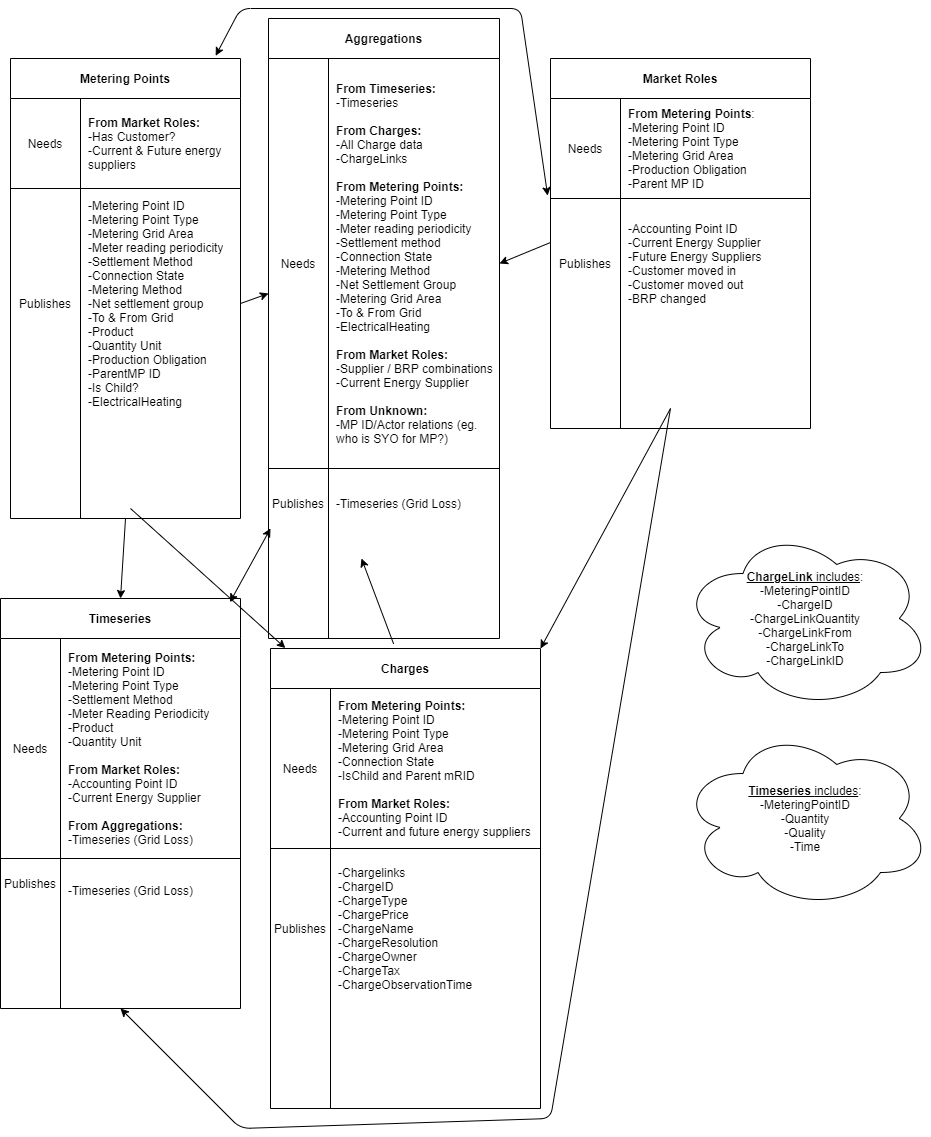
Above: images/DataflowsDH3.png in Energinet-DataHub/green-energy-hub (draw.io), before the change. Source tidied: cells renumbered, new cells last; positions are measured from the earlier drawing's top-left corner, leaving out a move shared by most shapes.
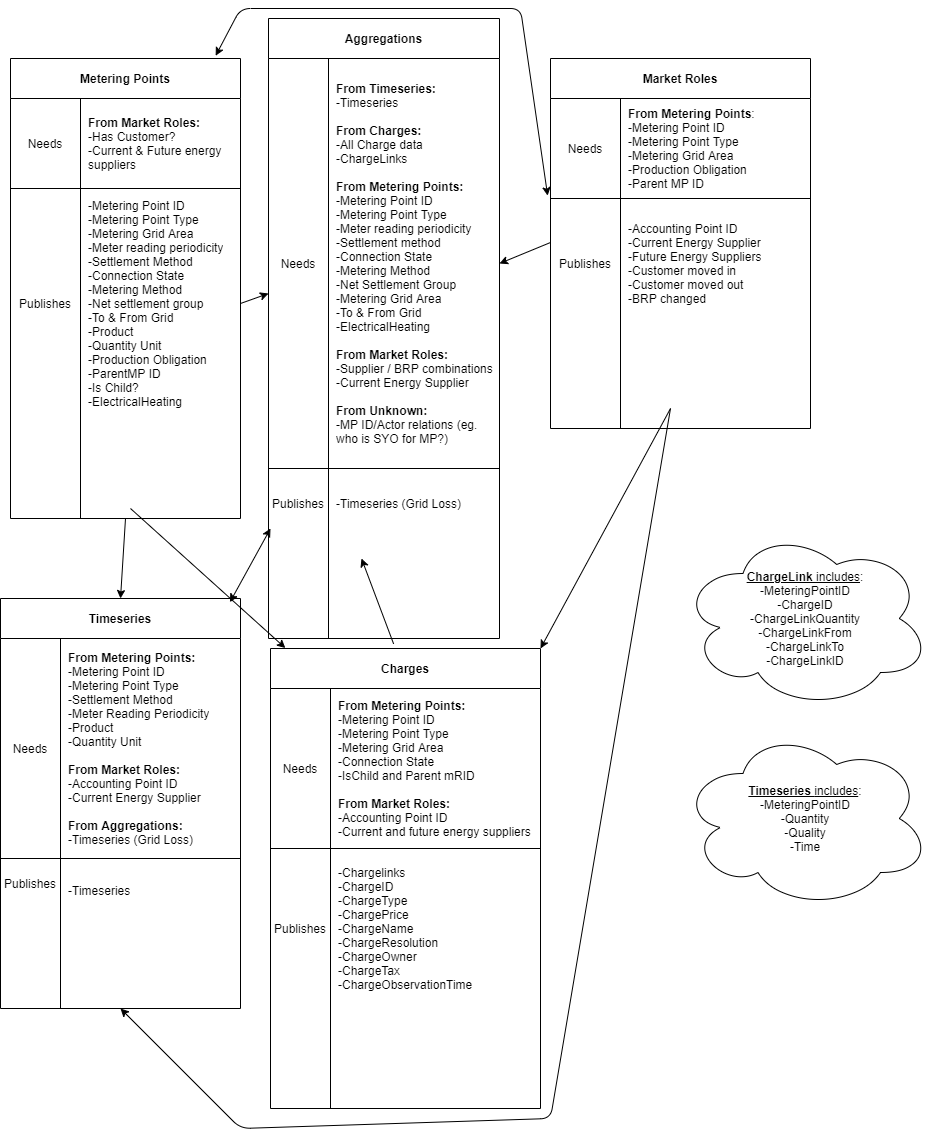
The same file after the commit.

Change to the diagram source:
```diff
@@ -83,7 +83,7 @@
     <mxCell id="28" value="Publishes" style="shape=partialRectangle;html=1;whiteSpace=wrap;fillColor=none;top=0;left=0;bottom=0;right=0;overflow=hidden;" parent="27" vertex="1">
       <mxGeometry width="60" height="50" as="geometry" />
     </mxCell>
-    <mxCell id="29" value="&lt;br&gt;-Timeseries (Grid Loss)" style="shape=partialRectangle;html=1;whiteSpace=wrap;fillColor=none;top=0;left=0;bottom=0;right=0;align=left;spacingLeft=6;overflow=hidden;" parent="27" vertex="1">
+    <mxCell id="29" value="&lt;br&gt;-Timeseries" style="shape=partialRectangle;html=1;whiteSpace=wrap;fillColor=none;top=0;left=0;bottom=0;right=0;align=left;spacingLeft=6;overflow=hidden;" parent="27" vertex="1">
       <mxGeometry x="60" width="180" height="50" as="geometry" />
     </mxCell>
     <mxCell id="30" value="Charges" style="shape=table;html=1;whiteSpace=wrap;startSize=40;rowLines=0;fontStyle=1;align=center;" parent="1" vertex="1">
```
